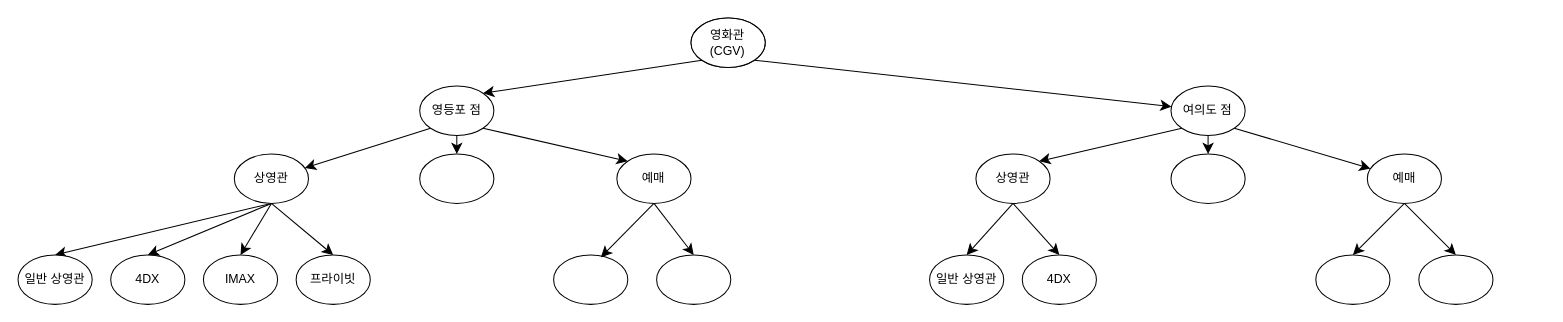
Earlier version of the draw.io diagram 제목 없는 다이어그램.drawio (yoon-chaewon/testGlobalin). Source tidied: cells renumbered, new cells numbered last; positions are measured from the earlier drawing's top-left corner, leaving out a move shared by most shapes. Both pictures are drawn from the tidied source at 103%, with x=0, y=0 at pixel (18, 18).
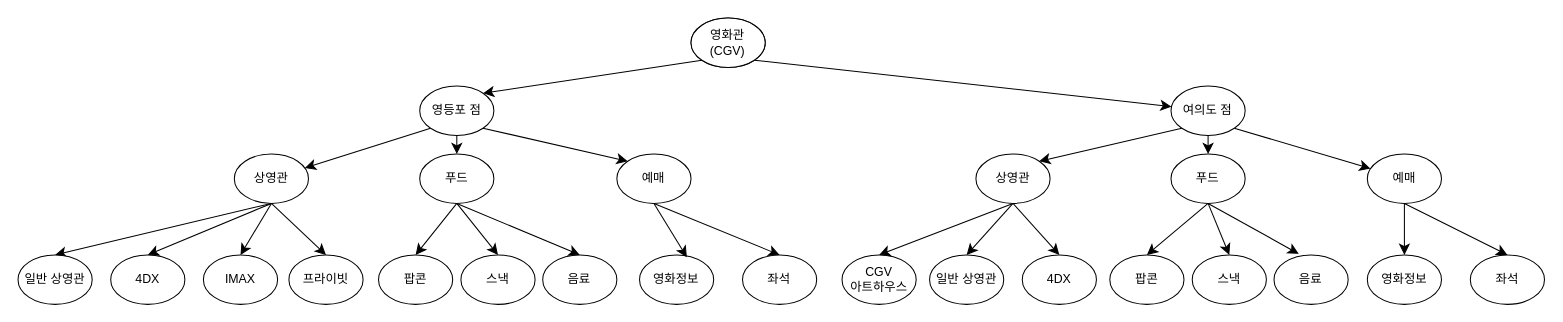
After the change.

Commit message (it also covers changes not shown here):
제목 없는 다이어그램.drawio 업데이트

Unchanged cells that the change refers to:
```xml
<mxCell id="24" value="상영관" style="ellipse;whiteSpace=wrap;html=1;" parent="1" vertex="1">
  <mxGeometry x="930" y="132" width="72" height="48" as="geometry" />
</mxCell>
```

What changed in the source:
```diff
@@
+    <mxCell id="40" style="edgeStyle=none;curved=1;rounded=0;jettySize=auto;html=1;exitX=0.5;exitY=1;exitDx=0;exitDy=0;entryX=0.5;entryY=0;entryDx=0;entryDy=0;fontSize=12;startSize=8;endSize=8;" parent="1" edge="1" source="19" target="47">
+      <mxGeometry relative="1" as="geometry" />
+    </mxCell>
+    <mxCell id="41" style="edgeStyle=none;curved=1;rounded=0;jettySize=auto;html=1;exitX=0.5;exitY=1;exitDx=0;exitDy=0;entryX=0.5;entryY=0;entryDx=0;entryDy=0;fontSize=12;startSize=8;endSize=8;" parent="1" edge="1" source="19" target="48">
+      <mxGeometry relative="1" as="geometry" />
+    </mxCell>
+    <mxCell id="42" style="edgeStyle=none;curved=1;rounded=0;jettySize=auto;html=1;exitX=0.5;exitY=1;exitDx=0;exitDy=0;entryX=0.5;entryY=0;entryDx=0;entryDy=0;fontSize=12;startSize=8;endSize=8;" parent="1" edge="1" source="19" target="49">
+      <mxGeometry relative="1" as="geometry" />
+    </mxCell>
-    <mxCell id="19" style="ellipse;whiteSpace=wrap;html=1;" parent="1" vertex="1">
+    <mxCell id="19" value="푸드" style="ellipse;whiteSpace=wrap;html=1;" parent="1" vertex="1">
       <mxGeometry x="390" y="132" width="72" height="48" as="geometry" />
     </mxCell>
@@
+    <mxCell id="43" style="edgeStyle=none;curved=1;rounded=0;jettySize=auto;html=1;exitX=0.5;exitY=1;exitDx=0;exitDy=0;entryX=0.5;entryY=0;entryDx=0;entryDy=0;fontSize=12;startSize=8;endSize=8;" parent="1" edge="1" source="24" target="46">
+      <mxGeometry relative="1" as="geometry" />
+    </mxCell>
@@
+    <mxCell id="44" style="edgeStyle=none;curved=1;rounded=0;jettySize=auto;html=1;exitX=0.5;exitY=1;exitDx=0;exitDy=0;entryX=0.5;entryY=0;entryDx=0;entryDy=0;fontSize=12;startSize=8;endSize=8;" parent="1" edge="1" source="25" target="50">
+      <mxGeometry relative="1" as="geometry" />
+    </mxCell>
+    <mxCell id="45" style="edgeStyle=none;curved=1;rounded=0;jettySize=auto;html=1;exitX=0.5;exitY=1;exitDx=0;exitDy=0;entryX=0.5;entryY=0;entryDx=0;entryDy=0;fontSize=12;startSize=8;endSize=8;" parent="1" edge="1" source="25" target="51">
+      <mxGeometry relative="1" as="geometry" />
+    </mxCell>
-    <mxCell id="25" style="ellipse;whiteSpace=wrap;html=1;" parent="1" vertex="1">
+    <mxCell id="25" value="푸드" style="ellipse;whiteSpace=wrap;html=1;" parent="1" vertex="1">
       <mxGeometry x="1119.4" y="132" width="72" height="48" as="geometry" />
     </mxCell>
@@
     <mxCell id="31" value="프라이빗" style="ellipse;whiteSpace=wrap;html=1;" parent="1" vertex="1">
-      <mxGeometry x="270" y="230" width="72" height="48" as="geometry" />
+      <mxGeometry x="263" y="230" width="72" height="48" as="geometry" />
     </mxCell>
@@
-    <mxCell id="35" style="ellipse;whiteSpace=wrap;html=1;" parent="1" vertex="1">
-      <mxGeometry x="520" y="230" width="72" height="48" as="geometry" />
+    <mxCell id="35" value="영화정보" style="ellipse;whiteSpace=wrap;html=1;" parent="1" vertex="1">
+      <mxGeometry x="603.4" y="230" width="72" height="48" as="geometry" />
     </mxCell>
-    <mxCell id="36" style="ellipse;whiteSpace=wrap;html=1;" parent="1" vertex="1">
-      <mxGeometry x="620" y="230" width="72" height="48" as="geometry" />
+    <mxCell id="36" value="좌석" style="ellipse;whiteSpace=wrap;html=1;" parent="1" vertex="1">
+      <mxGeometry x="703.4" y="230" width="72" height="48" as="geometry" />
     </mxCell>
@@
-    <mxCell id="38" style="ellipse;whiteSpace=wrap;html=1;" parent="1" vertex="1">
-      <mxGeometry x="1260" y="230" width="72" height="48" as="geometry" />
+    <mxCell id="38" value="영화정보" style="ellipse;whiteSpace=wrap;html=1;" parent="1" vertex="1">
+      <mxGeometry x="1310" y="230" width="72" height="48" as="geometry" />
     </mxCell>
-    <mxCell id="39" style="ellipse;whiteSpace=wrap;html=1;" parent="1" vertex="1">
-      <mxGeometry x="1360" y="230" width="72" height="48" as="geometry" />
+    <mxCell id="39" value="좌석" style="ellipse;whiteSpace=wrap;html=1;" parent="1" vertex="1">
+      <mxGeometry x="1410" y="230" width="72" height="48" as="geometry" />
     </mxCell>
+    <mxCell id="46" value="CGV&lt;div&gt;아트하우스&lt;/div&gt;" style="ellipse;whiteSpace=wrap;html=1;" parent="1" vertex="1">
+      <mxGeometry x="800" y="230" width="72" height="48" as="geometry" />
+    </mxCell>
+    <mxCell id="47" value="팝콘" style="ellipse;whiteSpace=wrap;html=1;" parent="1" vertex="1">
+      <mxGeometry x="350" y="230" width="72" height="48" as="geometry" />
+    </mxCell>
+    <mxCell id="48" value="스낵" style="ellipse;whiteSpace=wrap;html=1;" parent="1" vertex="1">
+      <mxGeometry x="430" y="230" width="72" height="48" as="geometry" />
+    </mxCell>
+    <mxCell id="49" value="음료" style="ellipse;whiteSpace=wrap;html=1;" parent="1" vertex="1">
+      <mxGeometry x="509.4" y="230" width="72" height="48" as="geometry" />
+    </mxCell>
+    <mxCell id="50" value="팝콘" style="ellipse;whiteSpace=wrap;html=1;" parent="1" vertex="1">
+      <mxGeometry x="1060" y="230" width="72" height="48" as="geometry" />
+    </mxCell>
+    <mxCell id="51" value="스낵" style="ellipse;whiteSpace=wrap;html=1;" parent="1" vertex="1">
+      <mxGeometry x="1140" y="230" width="72" height="48" as="geometry" />
+    </mxCell>
+    <mxCell id="52" value="음료" style="ellipse;whiteSpace=wrap;html=1;" parent="1" vertex="1">
+      <mxGeometry x="1219.4" y="230" width="72" height="48" as="geometry" />
+    </mxCell>
+    <mxCell id="53" style="edgeStyle=none;curved=1;rounded=0;jettySize=auto;html=1;exitX=0.5;exitY=1;exitDx=0;exitDy=0;entryX=0.335;entryY=-0.021;entryDx=0;entryDy=0;entryPerimeter=0;fontSize=12;startSize=8;endSize=8;" parent="1" edge="1" source="25" target="52">
+      <mxGeometry relative="1" as="geometry" />
+    </mxCell>
```
